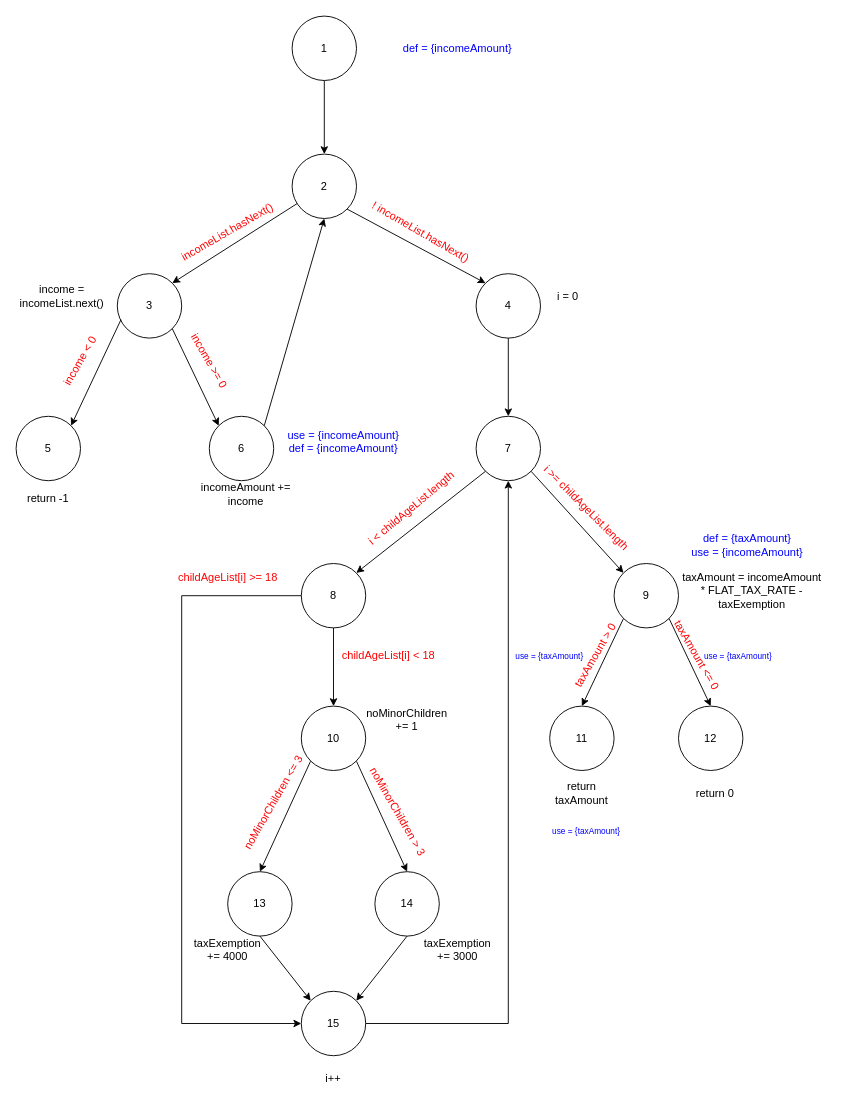
sakib7/ml-project-versioning keeps this draw.io diagram as page "page 2" (2 of 2) of cfg-asg1.drawio. Above is the earlier version. Source tidied: cells renumbered, new cells numbered last; positions are measured from the earlier drawing's top-left corner, leaving out a move shared by most shapes. Both pictures are drawn from the tidied source at 92%, with x=0, y=0 at pixel (16, 16).
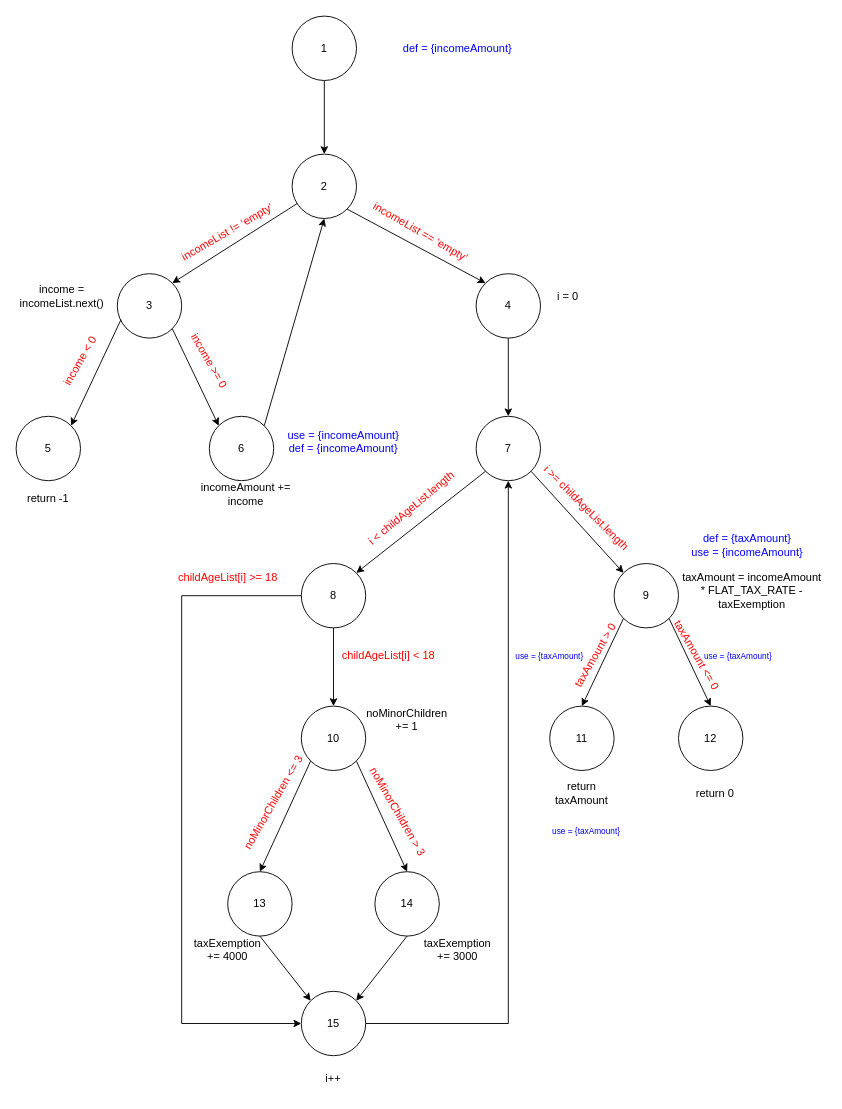
The same diagram, later.

What changed in the source:
```diff
@@
-    <mxCell id="31" value="incomeList.hasNext()" style="text;html=1;strokeColor=none;fillColor=none;align=center;verticalAlign=middle;whiteSpace=wrap;rounded=0;rotation=-30;fontColor=#FF0000;" parent="1" vertex="1">
+    <mxCell id="31" value=" incomeList != ‘empty’" style="text;html=1;strokeColor=none;fillColor=none;align=center;verticalAlign=middle;whiteSpace=wrap;rounded=0;rotation=-30;fontColor=#FF0000;" parent="1" vertex="1">
       <mxGeometry x="160" y="220" width="140" height="30" as="geometry" />
     </mxCell>
-    <mxCell id="32" value="! incomeList.hasNext()" style="text;html=1;strokeColor=none;fillColor=none;align=center;verticalAlign=middle;whiteSpace=wrap;rounded=0;rotation=30;fontColor=#FF0000;" parent="1" vertex="1">
+    <mxCell id="32" value=" incomeList == ‘empty’" style="text;html=1;strokeColor=none;fillColor=none;align=center;verticalAlign=middle;whiteSpace=wrap;rounded=0;rotation=30;fontColor=#FF0000;" parent="1" vertex="1">
       <mxGeometry x="370" y="220" width="140" height="30" as="geometry" />
     </mxCell>
```
